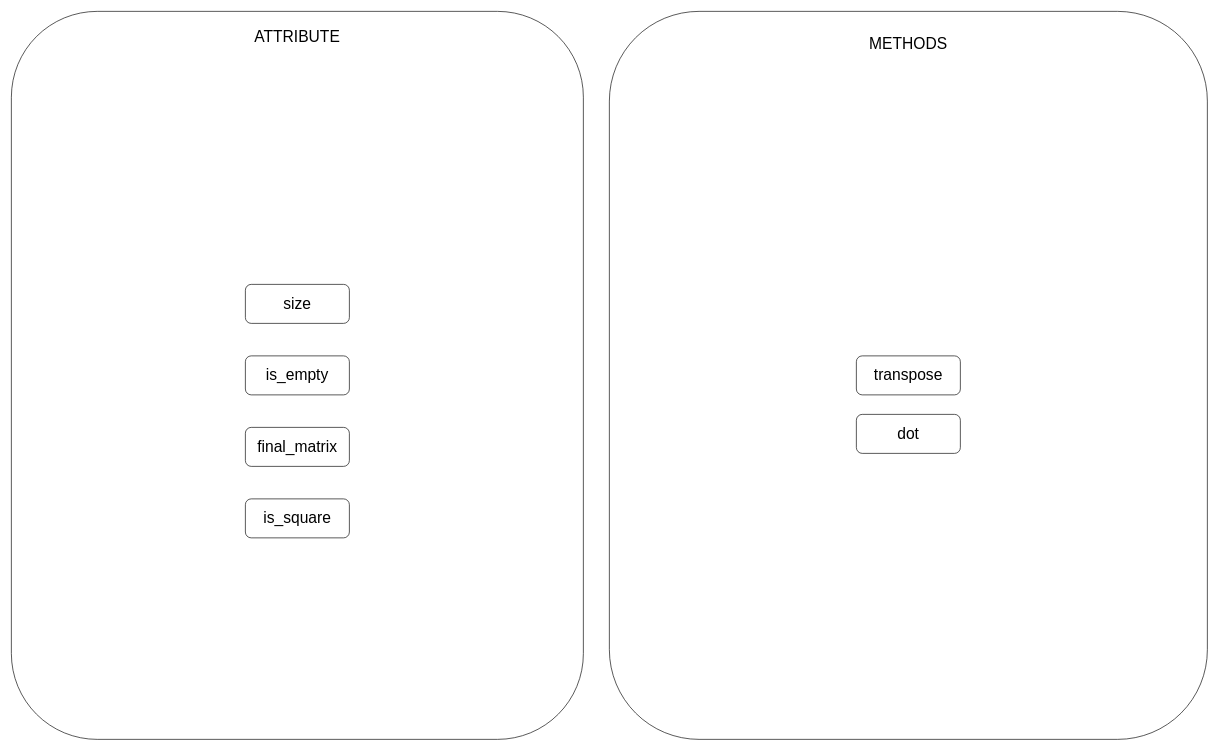
Above: page "COMMON" (2 of 5) of la-lib.drawio in raghavendra-musubi/linear_algebra (draw.io), before the change. Source tidied: cells renumbered, new cells numbered last; positions are measured from the earlier drawing's top-left corner, leaving out a move shared by most shapes. Both pictures are drawn from the tidied source at 65%, with x=0, y=0 at pixel (11, 11).
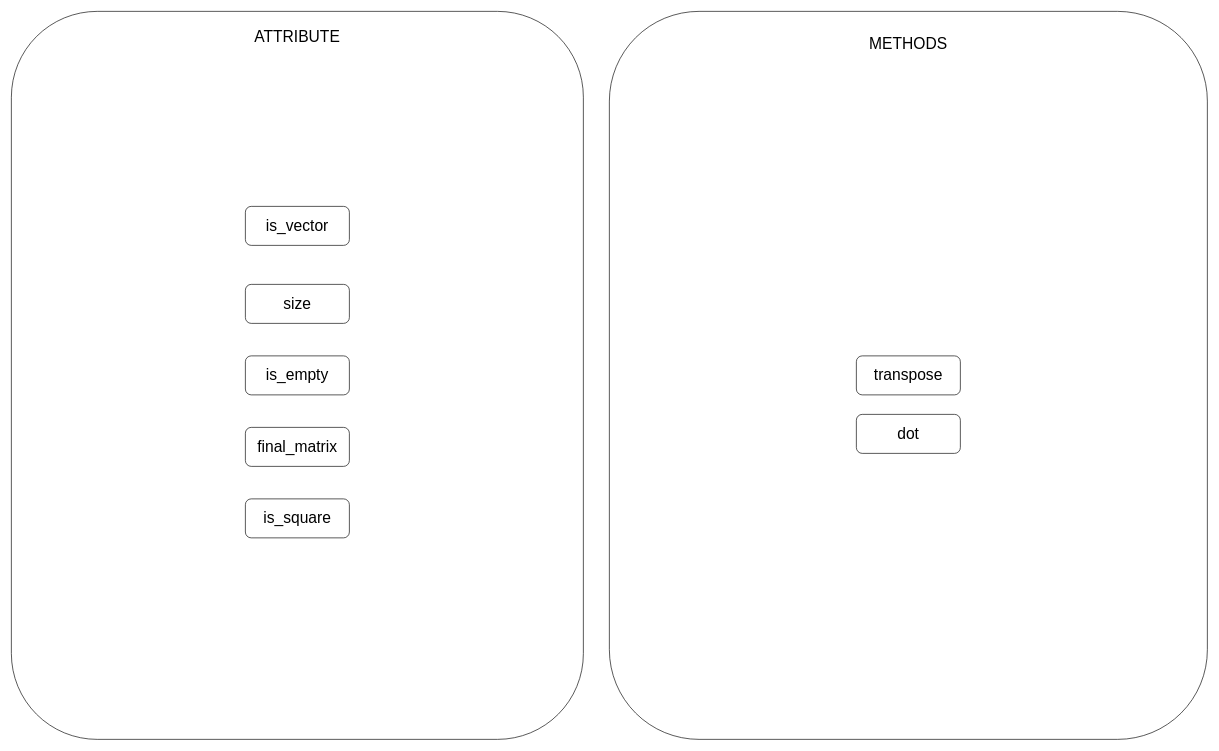
Above is the later version.

Commit message (it also covers changes not shown here):
vector norm works

What changed in the source:
```diff
@@
 <mxGraphModel>
   <root>
     <mxCell id="0" />
     <mxCell id="1" parent="0" />
     <mxCell id="2" style="rounded=1;whiteSpace=wrap;html=1;" parent="1" vertex="1">
       <mxGeometry x="920" width="920" height="1120" as="geometry" />
     </mxCell>
     <mxCell id="3" style="rounded=1;whiteSpace=wrap;html=1;" parent="1" vertex="1">
       <mxGeometry width="880" height="1120" as="geometry" />
     </mxCell>
     <mxCell id="4" value="&lt;font style=&quot;font-size: 24px&quot;&gt;size&lt;/font&gt;" style="rounded=1;whiteSpace=wrap;html=1;" parent="1" vertex="1">
       <mxGeometry x="360" y="420" width="160" height="60" as="geometry" />
     </mxCell>
     <mxCell id="5" value="&lt;font style=&quot;font-size: 24px&quot;&gt;transpose&lt;/font&gt;" style="rounded=1;whiteSpace=wrap;html=1;" parent="1" vertex="1">
       <mxGeometry x="1300" y="530" width="160" height="60" as="geometry" />
     </mxCell>
     <mxCell id="6" value="&lt;font style=&quot;font-size: 24px&quot;&gt;ATTRIBUTE&lt;/font&gt;" style="text;html=1;strokeColor=none;fillColor=none;align=center;verticalAlign=middle;whiteSpace=wrap;rounded=0;" parent="1" vertex="1">
       <mxGeometry x="420" y="30" width="40" height="20" as="geometry" />
     </mxCell>
     <mxCell id="7" value="&lt;font style=&quot;font-size: 24px&quot;&gt;METHODS&lt;/font&gt;" style="text;html=1;strokeColor=none;fillColor=none;align=center;verticalAlign=middle;whiteSpace=wrap;rounded=0;" parent="1" vertex="1">
       <mxGeometry x="1360" y="40" width="40" height="20" as="geometry" />
     </mxCell>
     <mxCell id="8" value="&lt;font style=&quot;font-size: 24px&quot;&gt;final_matrix&lt;/font&gt;" style="rounded=1;whiteSpace=wrap;html=1;" parent="1" vertex="1">
       <mxGeometry x="360" y="640" width="160" height="60" as="geometry" />
     </mxCell>
     <mxCell id="9" value="&lt;font style=&quot;font-size: 24px&quot;&gt;is_empty&lt;/font&gt;" style="rounded=1;whiteSpace=wrap;html=1;" parent="1" vertex="1">
       <mxGeometry x="360" y="530" width="160" height="60" as="geometry" />
     </mxCell>
     <mxCell id="10" value="&lt;font style=&quot;font-size: 24px&quot;&gt;dot&lt;/font&gt;" style="rounded=1;whiteSpace=wrap;html=1;" parent="1" vertex="1">
       <mxGeometry x="1300" y="620" width="160" height="60" as="geometry" />
     </mxCell>
     <mxCell id="11" value="&lt;span style=&quot;font-size: 24px&quot;&gt;is_square&lt;/span&gt;" style="rounded=1;whiteSpace=wrap;html=1;" parent="1" vertex="1">
       <mxGeometry x="360" y="750" width="160" height="60" as="geometry" />
     </mxCell>
+    <mxCell id="12" value="&lt;font style=&quot;font-size: 24px&quot;&gt;is_vector&lt;/font&gt;" style="rounded=1;whiteSpace=wrap;html=1;" parent="1" vertex="1">
+      <mxGeometry x="360" y="300" width="160" height="60" as="geometry" />
+    </mxCell>
   </root>
 </mxGraphModel>
```
